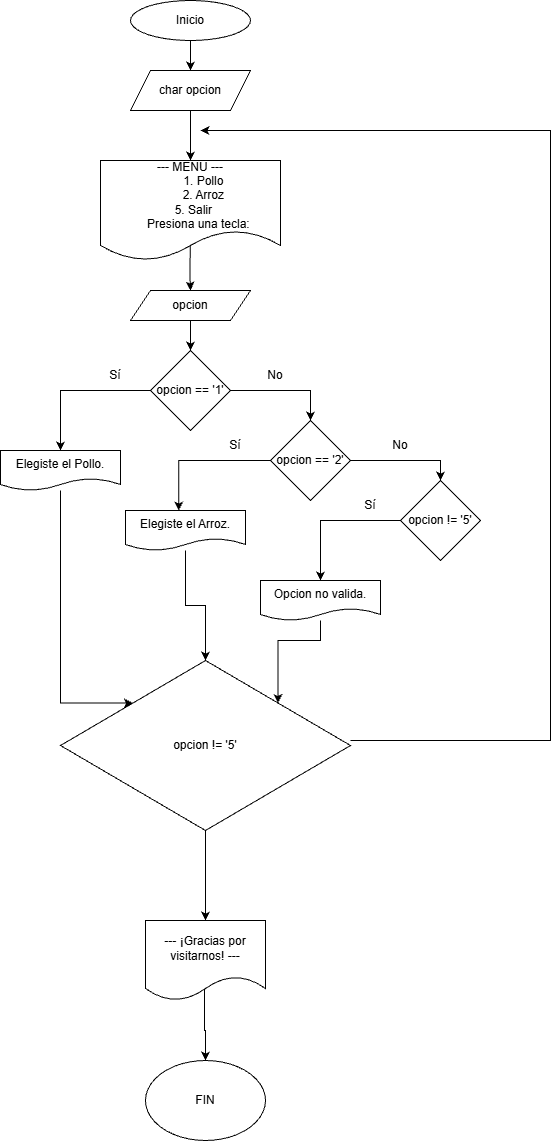
Earlier version of the draw.io export Ejercicios_while/Flujogramas/Flujograma _Ejercicio4.drawio.png (juanjo-guerra/FDP_Tarea). Source tidied: cells renumbered, new cells last; positions are measured from the earlier drawing's top-left corner, leaving out a move shared by most shapes.
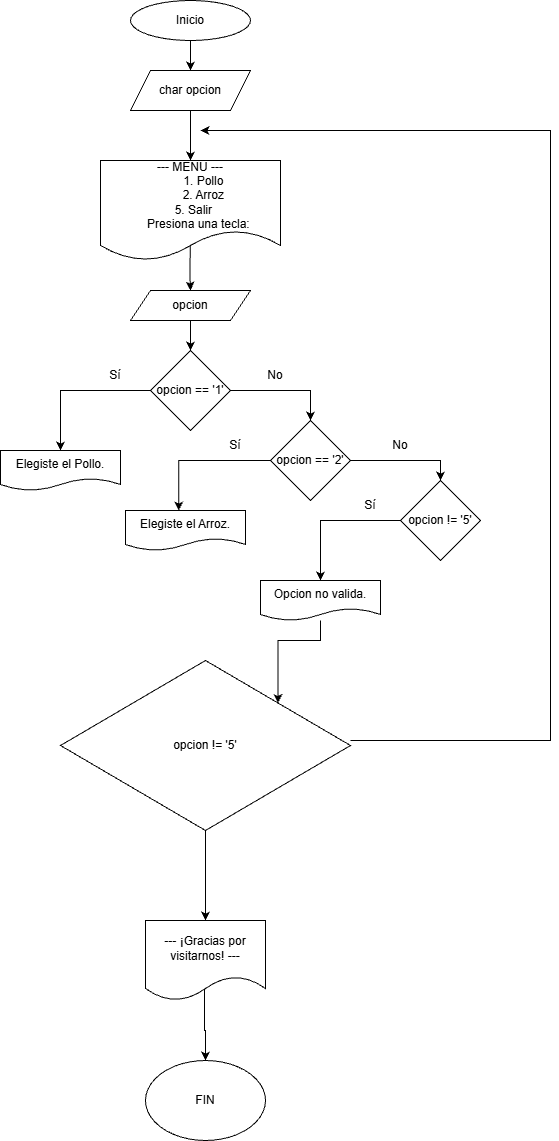
The same file after the commit.

The edit, as a diff of the source:
```diff
@@ -59,19 +59,9 @@
     <mxCell id="20" value="--- ¡Gracias por visitarnos! ---" style="shape=document;whiteSpace=wrap;html=1;boundedLbl=1;" parent="1" vertex="1">
       <mxGeometry x="145" y="920" width="120" height="80" as="geometry" />
     </mxCell>
-    <mxCell id="21" style="edgeStyle=orthogonalEdgeStyle;rounded=0;jettySize=auto;html=1;entryX=0;entryY=0;entryDx=0;entryDy=0;" parent="1" edge="1" source="22" target="18">
-      <mxGeometry relative="1" as="geometry">
-        <Array as="points">
-          <mxPoint x="60" y="703" />
-        </Array>
-      </mxGeometry>
-    </mxCell>
     <mxCell id="22" value="Elegiste el Pollo." style="shape=document;whiteSpace=wrap;html=1;boundedLbl=1;" parent="1" vertex="1">
       <mxGeometry y="450" width="120" height="40" as="geometry" />
     </mxCell>
-    <mxCell id="23" style="edgeStyle=orthogonalEdgeStyle;rounded=0;jettySize=auto;html=1;entryX=0.5;entryY=0;entryDx=0;entryDy=0;" parent="1" edge="1" source="24" target="18">
-      <mxGeometry relative="1" as="geometry" />
-    </mxCell>
     <mxCell id="24" value="Elegiste el Arroz." style="shape=document;whiteSpace=wrap;html=1;boundedLbl=1;" parent="1" vertex="1">
       <mxGeometry x="125" y="510" width="120" height="40" as="geometry" />
     </mxCell>
```
